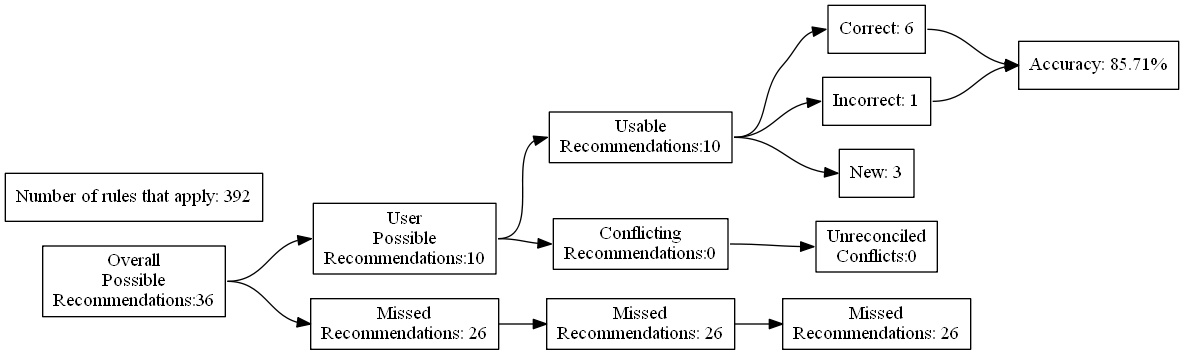
Before: test_renders/52.gv.png, a diagram exported from Graphviz (ZaxR/ibd_diet_analysis). Its source is kept beside it as test_renders/52.gv. Its diagram source:
```dot
digraph {
	graph [rankdir=LR]
	node [pos=r shape=box]
	edge [headport=w tailport=e]
		A [label="Overall
Possible
Recommendations:36"]
		B [label="User
Possible
Recommendations:10"]
		C [label="Missed
Recommendations: 26"]
		D [label="Usable
Recommendations:10"]
		E [label="Conflicting
Recommendations:0"]
		J [label="Missed
Recommendations: 26"]
		M [label="Unreconciled
Conflicts:0"]
		F [label="Correct: 6"]
		G [label="Incorrect: 1"]
		H [label="New: 3"]
		K [label="Missed
Recommendations: 26"]
		I [label="Accuracy: 85.71%"]
		l [label="Number of rules that apply: 392"]
			A -> B
			A -> C
			B -> D
			B -> E
			D -> F
			D -> G
			D -> H
			F -> I
			G -> I
			C -> J
			J -> K
			E -> M
}
```
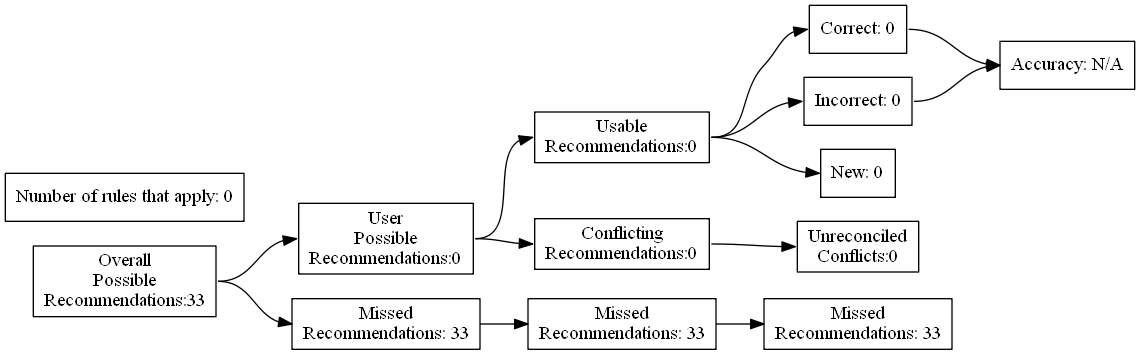
The same file after the commit.

Change to the diagram source:
```diff
@@ -4,27 +4,27 @@
 	edge [headport=w tailport=e]
 		A [label="Overall
 Possible
-Recommendations:36"]
+Recommendations:33"]
 		B [label="User
 Possible
-Recommendations:10"]
+Recommendations:0"]
 		C [label="Missed
-Recommendations: 26"]
+Recommendations: 33"]
 		D [label="Usable
-Recommendations:10"]
+Recommendations:0"]
 		E [label="Conflicting
 Recommendations:0"]
 		J [label="Missed
-Recommendations: 26"]
+Recommendations: 33"]
 		M [label="Unreconciled
 Conflicts:0"]
-		F [label="Correct: 6"]
-		G [label="Incorrect: 1"]
-		H [label="New: 3"]
+		F [label="Correct: 0"]
+		G [label="Incorrect: 0"]
+		H [label="New: 0"]
 		K [label="Missed
-Recommendations: 26"]
-		I [label="Accuracy: 85.71%"]
-		l [label="Number of rules that apply: 392"]
+Recommendations: 33"]
+		I [label="Accuracy: N/A"]
+		l [label="Number of rules that apply: 0"]
 			A -> B
 			A -> C
 			B -> D
```
